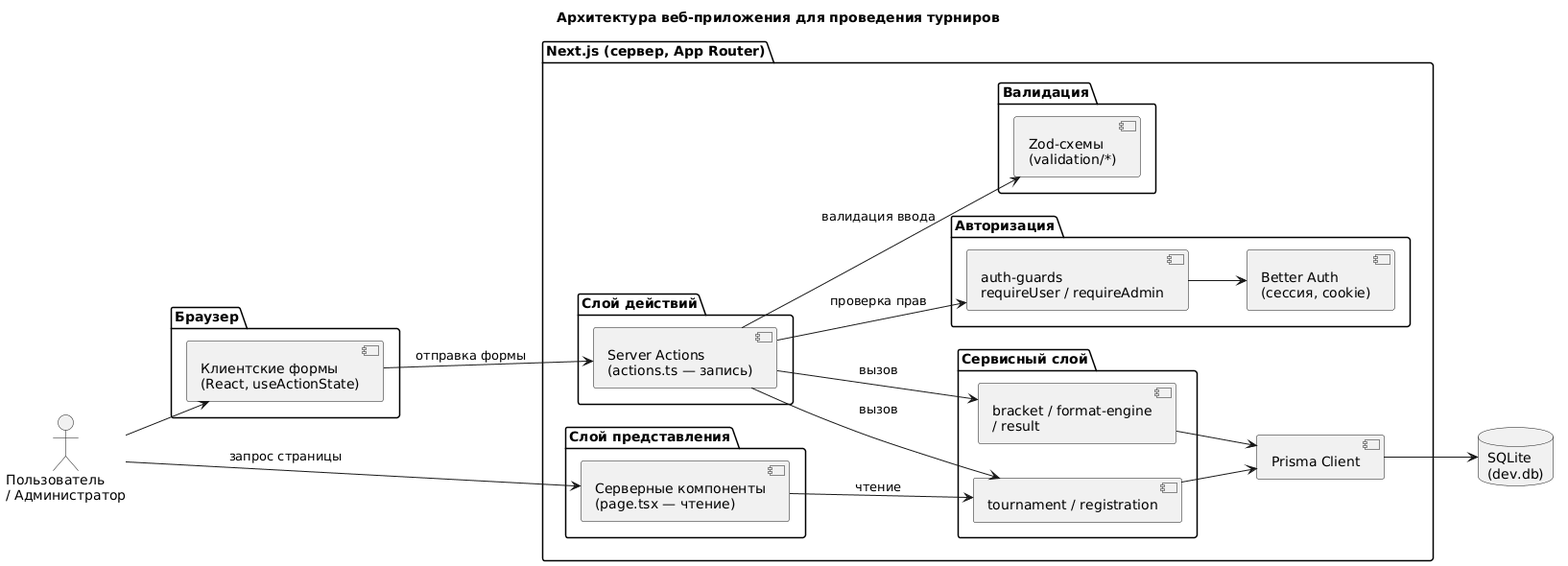
Before: docs/diagrams/02.png, a diagram exported from PlantUML (memekas/diplom). The source it was exported from:
```plantuml
@startuml
title Архитектура веб-приложения для проведения турниров

skinparam componentStyle uml2
skinparam shadowing false
left to right direction

actor "Пользователь\n/ Администратор" as User

package "Браузер" {
  [Клиентские формы\n(React, useActionState)] as Forms
}

package "Next.js (сервер, App Router)" {
  package "Слой представления" {
    [Серверные компоненты\n(page.tsx — чтение)] as RSC
  }
  package "Слой действий" {
    [Server Actions\n(actions.ts — запись)] as Actions
  }
  package "Авторизация" {
    [auth-guards\nrequireUser / requireAdmin] as Auth
    [Better Auth\n(сессия, cookie)] as BetterAuth
  }
  package "Валидация" {
    [Zod-схемы\n(validation/*)] as Zod
  }
  package "Сервисный слой" {
    [tournament / registration] as Svc1
    [bracket / format-engine\n/ result] as Svc2
  }
  [Prisma Client] as Prisma
}

database "SQLite\n(dev.db)" as DB

User --> Forms
User --> RSC : запрос страницы
Forms --> Actions : отправка формы
RSC --> Svc1 : чтение
Actions --> Auth : проверка прав
Auth --> BetterAuth
Actions --> Zod : валидация ввода
Actions --> Svc1 : вызов
Actions --> Svc2 : вызов
Svc1 --> Prisma
Svc2 --> Prisma
Prisma --> DB
@enduml
```
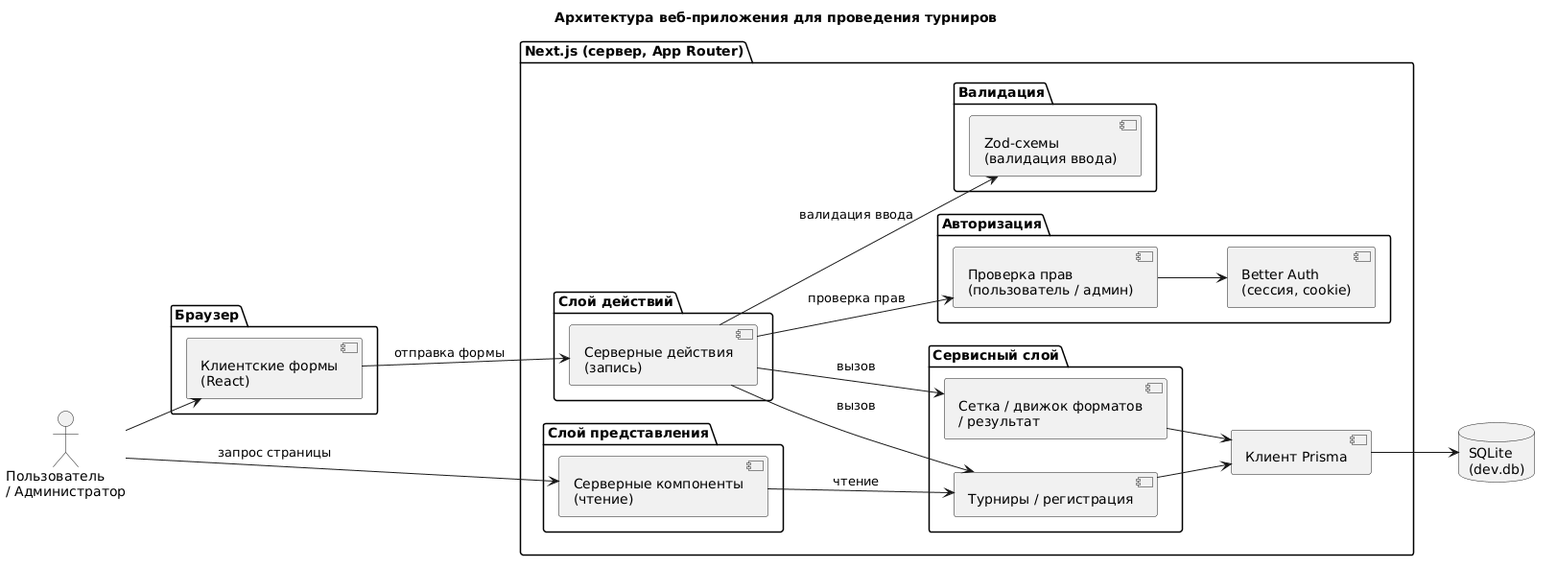
Above is the later version.

Change to the diagram source:
```diff
@@ -8,28 +8,28 @@
 actor "Пользователь\n/ Администратор" as User
 
 package "Браузер" {
-  [Клиентские формы\n(React, useActionState)] as Forms
+  [Клиентские формы\n(React)] as Forms
 }
 
 package "Next.js (сервер, App Router)" {
   package "Слой представления" {
-    [Серверные компоненты\n(page.tsx — чтение)] as RSC
+    [Серверные компоненты\n(чтение)] as RSC
   }
   package "Слой действий" {
-    [Server Actions\n(actions.ts — запись)] as Actions
+    [Серверные действия\n(запись)] as Actions
   }
   package "Авторизация" {
-    [auth-guards\nrequireUser / requireAdmin] as Auth
+    [Проверка прав\n(пользователь / админ)] as Auth
     [Better Auth\n(сессия, cookie)] as BetterAuth
   }
   package "Валидация" {
-    [Zod-схемы\n(validation/*)] as Zod
+    [Zod-схемы\n(валидация ввода)] as Zod
   }
   package "Сервисный слой" {
-    [tournament / registration] as Svc1
-    [bracket / format-engine\n/ result] as Svc2
+    [Турниры / регистрация] as Svc1
+    [Сетка / движок форматов\n/ результат] as Svc2
   }
-  [Prisma Client] as Prisma
+  [Клиент Prisma] as Prisma
 }
 
 database "SQLite\n(dev.db)" as DB
```
